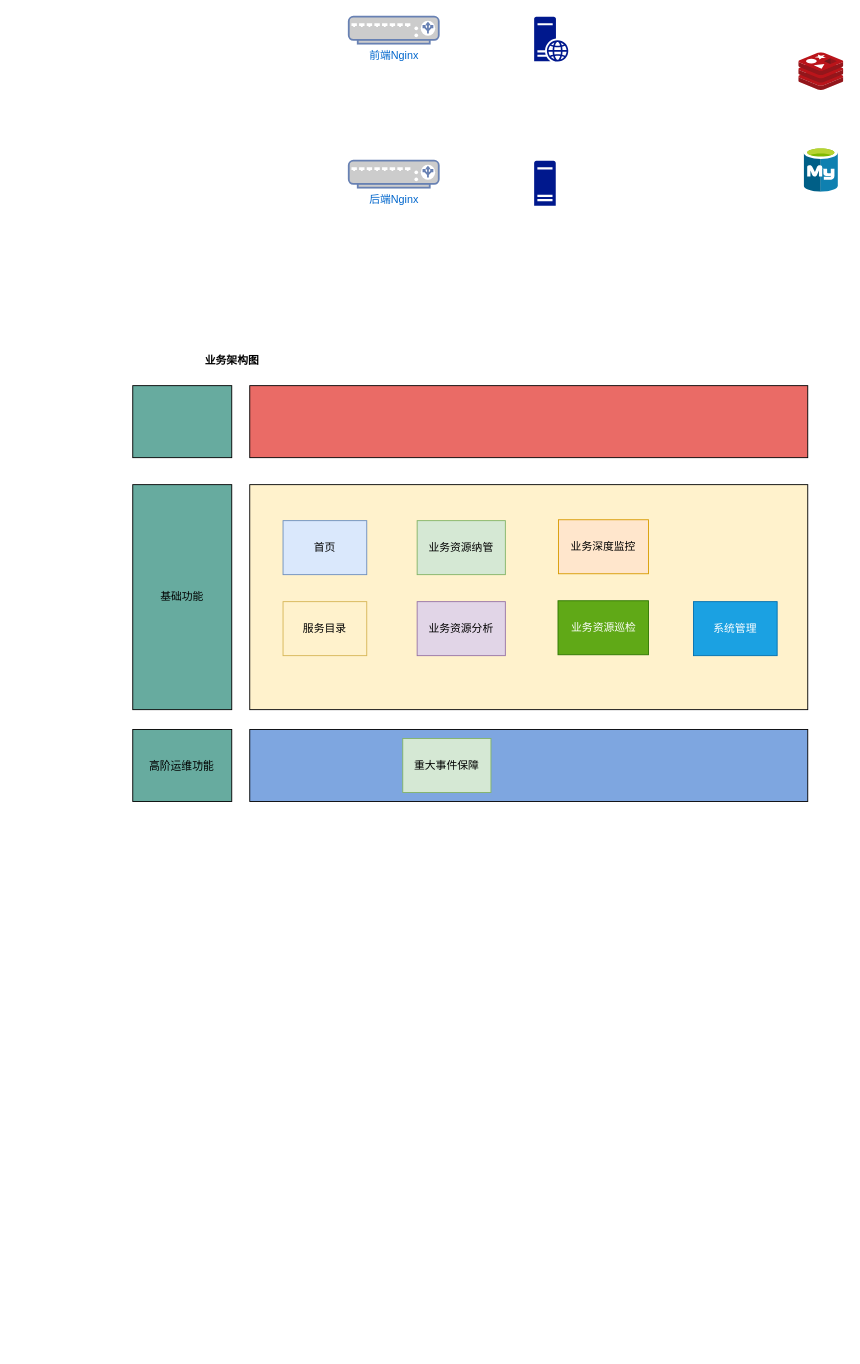
The draw.io diagram 云管家.drawio in WilliamWanCN/WilliamWanCN.github.io, before the edit. Source tidied: cells renumbered, new cells numbered last; positions are measured from the earlier drawing's top-left corner, leaving out a move shared by most shapes. Both pictures are drawn from the tidied source at 90%, with x=0, y=0 at pixel (132, 16).
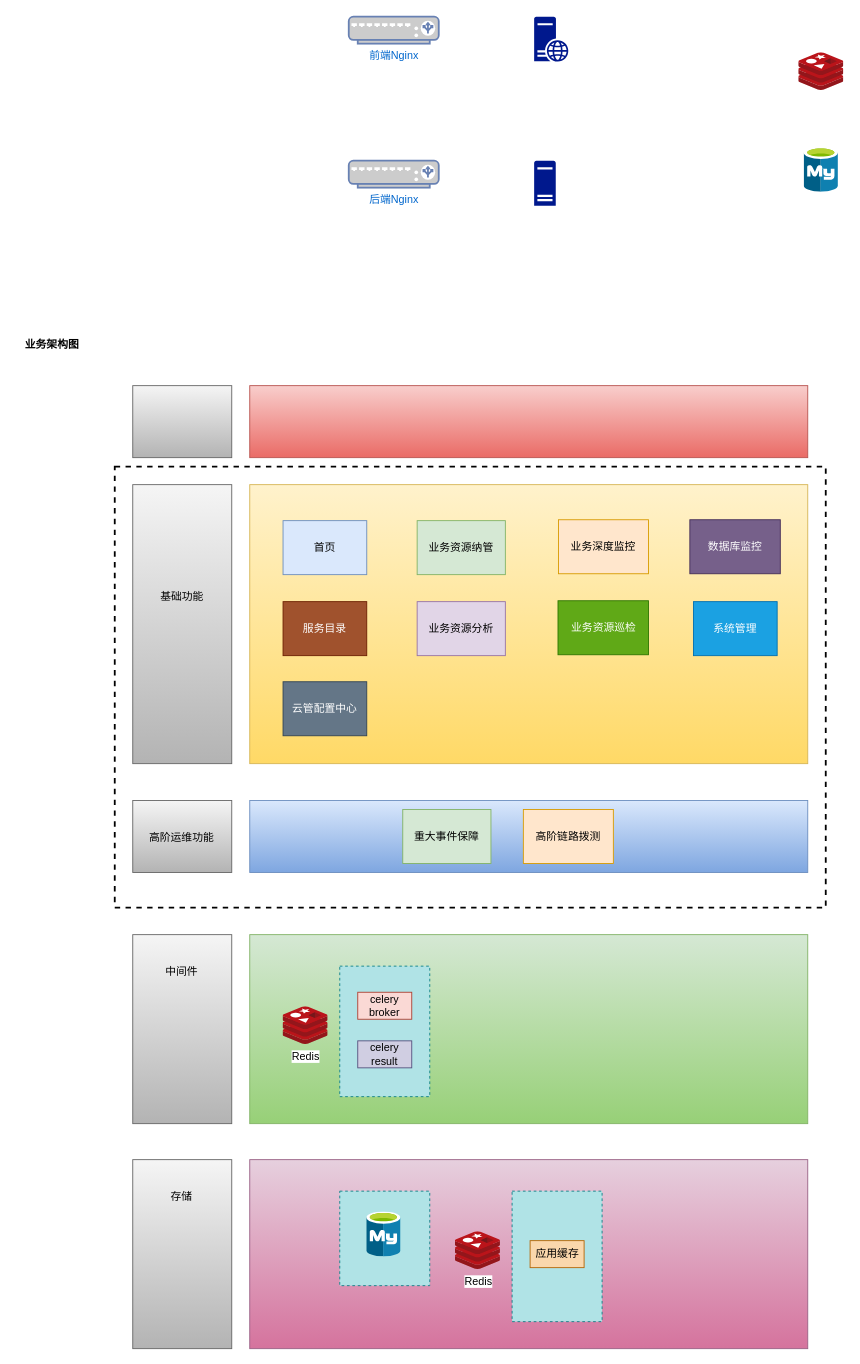
The same page after the edit.

Commit message (it also covers changes not shown here):
更新云管家.drawio

What changed in the source:
```diff
@@
+    <mxCell id="25" style="rounded=0;whiteSpace=wrap;html=1;fillColor=#d5e8d4;gradientColor=#97d077;strokeColor=#82b366;" parent="1" vertex="1">
+      <mxGeometry x="130" y="1020" width="620" height="210" as="geometry" />
+    </mxCell>
+    <mxCell id="26" style="rounded=0;whiteSpace=wrap;html=1;dashed=1;strokeWidth=2;" parent="1" vertex="1">
+      <mxGeometry x="-20" y="500" width="790" height="490" as="geometry" />
+    </mxCell>
+    <mxCell id="13" style="rounded=0;whiteSpace=wrap;html=1;fillColor=#fff2cc;gradientColor=#ffd966;strokeColor=#d6b656;" parent="1" vertex="1">
+      <mxGeometry x="130" y="520" width="620" height="310" as="geometry" />
+    </mxCell>
-    <mxCell id="2" style="rounded=0;whiteSpace=wrap;html=1;fillColor=#67AB9F;" parent="1" vertex="1">
+    <mxCell id="2" style="rounded=0;whiteSpace=wrap;html=1;fillColor=#f5f5f5;strokeColor=#666666;gradientColor=#b3b3b3;" parent="1" vertex="1">
       <mxGeometry y="410" width="110" height="80" as="geometry" />
     </mxCell>
-    <mxCell id="3" style="rounded=0;whiteSpace=wrap;html=1;fillColor=#67AB9F;" parent="1" vertex="1">
-      <mxGeometry y="792" width="110" height="80" as="geometry" />
+    <mxCell id="3" style="rounded=0;whiteSpace=wrap;html=1;fillColor=#f5f5f5;gradientColor=#b3b3b3;strokeColor=#666666;" parent="1" vertex="1">
+      <mxGeometry y="871" width="110" height="80" as="geometry" />
     </mxCell>
-    <mxCell id="4" style="rounded=0;whiteSpace=wrap;html=1;fillColor=#67AB9F;" parent="1" vertex="1">
-      <mxGeometry y="520" width="110" height="250" as="geometry" />
+    <mxCell id="4" style="rounded=0;whiteSpace=wrap;html=1;fillColor=#f5f5f5;gradientColor=#b3b3b3;strokeColor=#666666;" parent="1" vertex="1">
+      <mxGeometry y="520" width="110" height="310" as="geometry" />
     </mxCell>
@@
     <mxCell id="11" value="&lt;b&gt;业务架构图&lt;/b&gt;" style="text;html=1;align=center;verticalAlign=middle;strokeColor=none;fillColor=none;" parent="1" vertex="1">
-      <mxGeometry x="70" y="368" width="80" height="30" as="geometry" />
+      <mxGeometry x="-130" y="350" width="80" height="30" as="geometry" />
     </mxCell>
-    <mxCell id="12" style="rounded=0;whiteSpace=wrap;html=1;fillColor=#EA6B66;" parent="1" vertex="1">
+    <mxCell id="12" style="rounded=0;whiteSpace=wrap;html=1;fillColor=#f8cecc;gradientColor=#ea6b66;strokeColor=#b85450;" parent="1" vertex="1">
       <mxGeometry x="130" y="410" width="620" height="80" as="geometry" />
     </mxCell>
-    <mxCell id="13" style="rounded=0;whiteSpace=wrap;html=1;fillColor=#FFF2CC;" parent="1" vertex="1">
-      <mxGeometry x="130" y="520" width="620" height="250" as="geometry" />
-    </mxCell>
-    <mxCell id="14" style="rounded=0;whiteSpace=wrap;html=1;fillColor=#7EA6E0;" parent="1" vertex="1">
-      <mxGeometry x="130" y="792" width="620" height="80" as="geometry" />
+    <mxCell id="14" style="rounded=0;whiteSpace=wrap;html=1;fillColor=#dae8fc;gradientColor=#7ea6e0;strokeColor=#6c8ebf;" parent="1" vertex="1">
+      <mxGeometry x="130" y="871" width="620" height="80" as="geometry" />
     </mxCell>
@@
     <mxCell id="16" value="高阶运维功能" style="text;html=1;strokeColor=none;fillColor=none;align=center;verticalAlign=middle;whiteSpace=wrap;rounded=0;" parent="1" vertex="1">
-      <mxGeometry x="17" y="815" width="75" height="35" as="geometry" />
+      <mxGeometry x="17" y="894" width="75" height="35" as="geometry" />
     </mxCell>
@@
-    <mxCell id="18" value="服务目录" style="rounded=0;whiteSpace=wrap;html=1;fillColor=#fff2cc;strokeColor=#d6b656;" parent="1" vertex="1">
+    <mxCell id="18" value="服务目录" style="rounded=0;whiteSpace=wrap;html=1;fillColor=#a0522d;strokeColor=#6D1F00;fontColor=#ffffff;" parent="1" vertex="1">
       <mxGeometry x="167" y="650" width="93" height="60" as="geometry" />
     </mxCell>
@@
     <mxCell id="24" value="重大事件保障" style="rounded=0;whiteSpace=wrap;html=1;fillColor=#d5e8d4;strokeColor=#82b366;" parent="1" vertex="1">
-      <mxGeometry x="300" y="802" width="98" height="60" as="geometry" />
+      <mxGeometry x="300" y="881" width="98" height="60" as="geometry" />
     </mxCell>
+    <mxCell id="27" value="高阶链路拨测" style="rounded=0;whiteSpace=wrap;html=1;fillColor=#ffe6cc;strokeColor=#d79b00;" parent="1" vertex="1">
+      <mxGeometry x="434" y="881" width="100" height="60" as="geometry" />
+    </mxCell>
+    <mxCell id="28" value="数据库监控" style="rounded=0;whiteSpace=wrap;html=1;fillColor=#76608a;fontColor=#ffffff;strokeColor=#432D57;" parent="1" vertex="1">
+      <mxGeometry x="619" y="559" width="100.5" height="60" as="geometry" />
+    </mxCell>
+    <mxCell id="29" value="云管配置中心" style="rounded=0;whiteSpace=wrap;html=1;fillColor=#647687;strokeColor=#314354;fontColor=#ffffff;" parent="1" vertex="1">
+      <mxGeometry x="167" y="739" width="93" height="60" as="geometry" />
+    </mxCell>
+    <mxCell id="30" style="rounded=0;whiteSpace=wrap;html=1;fillColor=#f5f5f5;gradientColor=#b3b3b3;strokeColor=#666666;" parent="1" vertex="1">
+      <mxGeometry y="1020" width="110" height="210" as="geometry" />
+    </mxCell>
+    <mxCell id="31" value="中间件" style="text;html=1;strokeColor=none;fillColor=none;align=center;verticalAlign=middle;whiteSpace=wrap;rounded=0;" parent="1" vertex="1">
+      <mxGeometry x="17" y="1043" width="75" height="35" as="geometry" />
+    </mxCell>
+    <mxCell id="32" value="Redis" style="image;sketch=0;html=1;align=center;fontSize=12;image=img/lib/mscae/Cache_Redis_Product.svg;" parent="1" vertex="1">
+      <mxGeometry x="167" y="1100" width="50" height="42" as="geometry" />
+    </mxCell>
+    <mxCell id="33" style="rounded=0;whiteSpace=wrap;html=1;dashed=1;fillColor=#b0e3e6;strokeColor=#0e8088;" parent="1" vertex="1">
+      <mxGeometry x="230" y="1055" width="100" height="145" as="geometry" />
+    </mxCell>
+    <mxCell id="34" value="celery broker" style="rounded=0;whiteSpace=wrap;html=1;fillColor=#fad9d5;strokeColor=#ae4132;" parent="1" vertex="1">
+      <mxGeometry x="250" y="1084" width="60" height="30" as="geometry" />
+    </mxCell>
+    <mxCell id="35" value="celery result" style="rounded=0;whiteSpace=wrap;html=1;fillColor=#d0cee2;strokeColor=#56517e;" parent="1" vertex="1">
+      <mxGeometry x="250" y="1138" width="60" height="30" as="geometry" />
+    </mxCell>
+    <mxCell id="36" style="rounded=0;whiteSpace=wrap;html=1;fillColor=#e6d0de;gradientColor=#d5739d;strokeColor=#996185;" parent="1" vertex="1">
+      <mxGeometry x="130" y="1270" width="620" height="210" as="geometry" />
+    </mxCell>
+    <mxCell id="37" style="rounded=0;whiteSpace=wrap;html=1;fillColor=#f5f5f5;gradientColor=#b3b3b3;strokeColor=#666666;" parent="1" vertex="1">
+      <mxGeometry y="1270" width="110" height="210" as="geometry" />
+    </mxCell>
+    <mxCell id="38" value="存储" style="text;html=1;strokeColor=none;fillColor=none;align=center;verticalAlign=middle;whiteSpace=wrap;rounded=0;" parent="1" vertex="1">
+      <mxGeometry x="17" y="1293" width="75" height="35" as="geometry" />
+    </mxCell>
+    <mxCell id="39" style="rounded=0;whiteSpace=wrap;html=1;dashed=1;fillColor=#b0e3e6;strokeColor=#0e8088;" parent="1" vertex="1">
+      <mxGeometry x="230" y="1305" width="100" height="105" as="geometry" />
+    </mxCell>
+    <mxCell id="40" style="image;sketch=0;html=1;align=center;fontSize=12;image=img/lib/mscae/Azure_Database_for_MySQL_servers.svg;" parent="1" vertex="1">
+      <mxGeometry x="260" y="1328" width="38" height="50" as="geometry" />
+    </mxCell>
+    <mxCell id="41" value="Redis" style="image;sketch=0;html=1;align=center;fontSize=12;image=img/lib/mscae/Cache_Redis_Product.svg;" parent="1" vertex="1">
+      <mxGeometry x="358.5" y="1350" width="50" height="42" as="geometry" />
+    </mxCell>
+    <mxCell id="42" style="rounded=0;whiteSpace=wrap;html=1;dashed=1;fillColor=#b0e3e6;strokeColor=#0e8088;" parent="1" vertex="1">
+      <mxGeometry x="421.5" y="1305" width="100" height="145" as="geometry" />
+    </mxCell>
+    <mxCell id="43" value="应用缓存" style="rounded=0;whiteSpace=wrap;html=1;fillColor=#fad7ac;strokeColor=#b46504;" parent="1" vertex="1">
+      <mxGeometry x="441.5" y="1360" width="60" height="30" as="geometry" />
+    </mxCell>
```
